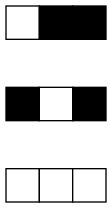
Before: Graficas/grafico.png, a diagram exported from Graphviz (LeoDeveloper96/IPC2_Proyecto1_-201708993). Its source is kept beside it as Graficas/grafico.dot.
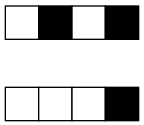
After the commit.

What changed in the source:
```diff
@@ -1,4 +1,4 @@
-graph ejemplo02{
+graph ejemplo01{
 node [shape=plain]
  splines=false
 struct1 [label=<
@@ -6,33 +6,24 @@
 <TR>
 <TD PORT="f0" bgcolor="white" width="25" height="25" fixedsize="true"></TD>
 <TD PORT="f1" bgcolor="black" width="25" height="25" fixedsize="true"></TD>
-<TD PORT="f2" bgcolor="black" width="25" height="25" fixedsize="true"></TD>
+<TD PORT="f2" bgcolor="white" width="25" height="25" fixedsize="true"></TD>
+<TD PORT="f3" bgcolor="black" width="25" height="25" fixedsize="true"></TD>
 </TR>
 </TABLE >>];
 
 struct2 [label=<
 <TABLE BORDER="0" CELLBORDER="1" CELLSPACING="0" CELLPADDING="0">
 <TR>
-<TD PORT="f3" bgcolor="black" width="25" height="25" fixedsize="true"></TD>
 <TD PORT="f4" bgcolor="white" width="25" height="25" fixedsize="true"></TD>
-<TD PORT="f5" bgcolor="black" width="25" height="25" fixedsize="true"></TD>
+<TD PORT="f5" bgcolor="white" width="25" height="25" fixedsize="true"></TD>
+<TD PORT="f6" bgcolor="white" width="25" height="25" fixedsize="true"></TD>
+<TD PORT="f7" bgcolor="black" width="25" height="25" fixedsize="true"></TD>
 </TR>
 </TABLE >>];
 
-struct3 [label=<
-<TABLE BORDER="0" CELLBORDER="1" CELLSPACING="0" CELLPADDING="0">
-<TR>
-<TD PORT="f6" bgcolor="white" width="25" height="25" fixedsize="true"></TD>
-<TD PORT="f7" bgcolor="white" width="25" height="25" fixedsize="true"></TD>
-<TD PORT="f8" bgcolor="white" width="25" height="25" fixedsize="true"></TD>
-</TR>
-</TABLE >>];
-
-struct1:f0 -- struct2:f3[style=invis];
-struct1:f1 -- struct2:f4[style=invis];
-struct1:f2 -- struct2:f5[style=invis];
-struct2:f0 -- struct3:f3[style=invis];
-struct2:f1 -- struct3:f4[style=invis];
-struct2:f2 -- struct3:f5[style=invis];
+struct1:f0 -- struct2:f4[style=invis];
+struct1:f1 -- struct2:f5[style=invis];
+struct1:f2 -- struct2:f6[style=invis];
+struct1:f3 -- struct2:f7[style=invis];
 
 }
```
